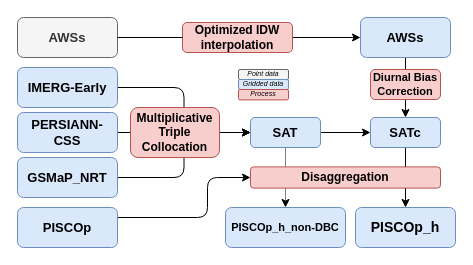
Earlier version of the draw.io diagram Untitled Diagram.drawio (adrHuerta/diagrams). Source tidied: cells renumbered, new cells numbered last; positions are measured from the earlier drawing's top-left corner, leaving out a move shared by most shapes. Both pictures are drawn from the tidied source at 100%, with x=0, y=0 at pixel (17, 17).
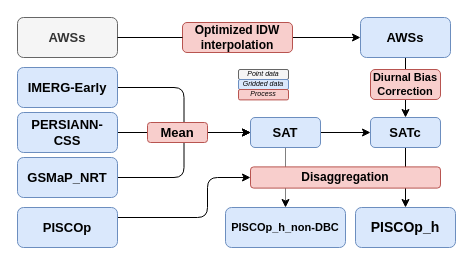
The same diagram, later.

The edit, as a diff of the source:
```diff
@@
-    <mxCell id="25" value="Multiplicative Triple&lt;br&gt;Collocation" style="text;html=1;align=center;verticalAlign=middle;whiteSpace=wrap;rounded=1;fillColor=#f8cecc;strokeColor=#b85450;fontStyle=1;fontSize=12;" parent="1" vertex="1">
-      <mxGeometry x="113" y="90" width="89" height="50" as="geometry" />
+    <mxCell id="25" value="Mean" style="text;html=1;align=center;verticalAlign=middle;whiteSpace=wrap;rounded=1;fillColor=#f8cecc;strokeColor=#b85450;fontStyle=1;fontSize=13;" parent="1" vertex="1">
+      <mxGeometry x="130" y="105" width="60" height="20" as="geometry" />
     </mxCell>
```
